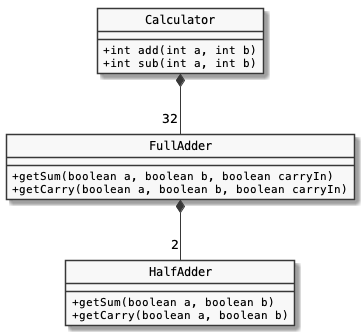
The PlantUML diagram assets/posts/adders.png in gitalb/eserciziario2.0, before a commit. Source of this version:
```plantuml
@startuml
hide circle
skinparam defaultFontName Monospaced
skinparam monochrome true
skinparam classAttributeIconSize 0

class Calculator{
	+int add(int a, int b)
	+int sub(int a, int b)
}
class HalfAdder{
    	+getSum(boolean a, boolean b)
    	+getCarry(boolean a, boolean b)
}

class FullAdder{
    	+getSum(boolean a, boolean b, boolean carryIn)
    	+getCarry(boolean a, boolean b, boolean carryIn)
}


Calculator *-- "32" FullAdder
FullAdder *-- "2" HalfAdder

@enduml
```
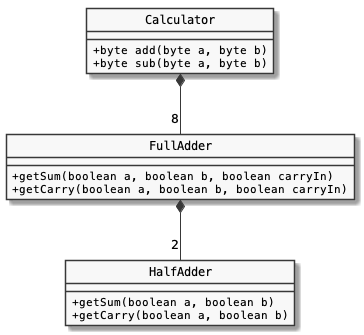
After the change.

The edit, as a diff of the source:
```diff
@@ -5,8 +5,8 @@
 skinparam classAttributeIconSize 0
 
 class Calculator{
-	+int add(int a, int b)
-	+int sub(int a, int b)
+	+byte add(byte a, byte b)
+	+byte sub(byte a, byte b)
 }
 class HalfAdder{
     	+getSum(boolean a, boolean b)
@@ -19,7 +19,7 @@
 }
 
 
-Calculator *-- "32" FullAdder
+Calculator *-- "8" FullAdder
 FullAdder *-- "2" HalfAdder
 
 @enduml
```
